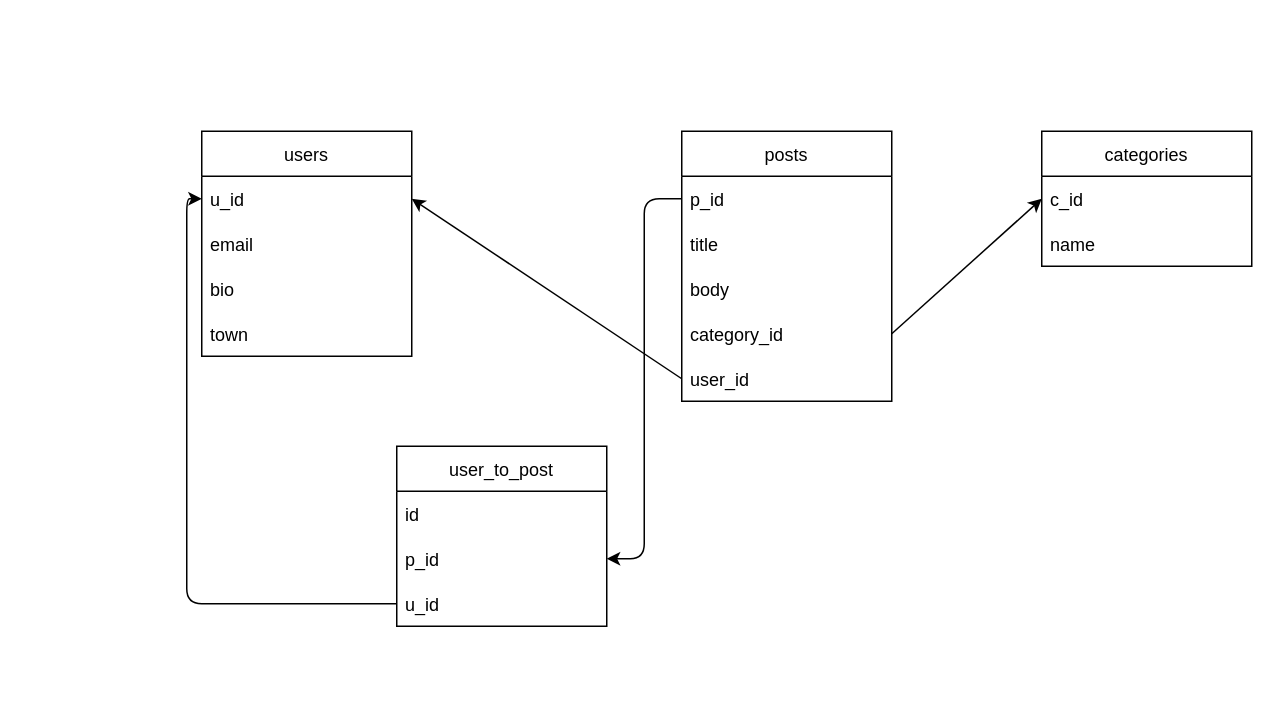
Before: draw.drawio in MariusCodeAcademy/type12-node-12-join, a draw.io diagram. Source tidied: cells renumbered, new cells numbered last; positions are measured from the earlier drawing's top-left corner, leaving out a move shared by most shapes. Both pictures are drawn from the tidied source at 150%, with x=0, y=0 at pixel (201, 130).
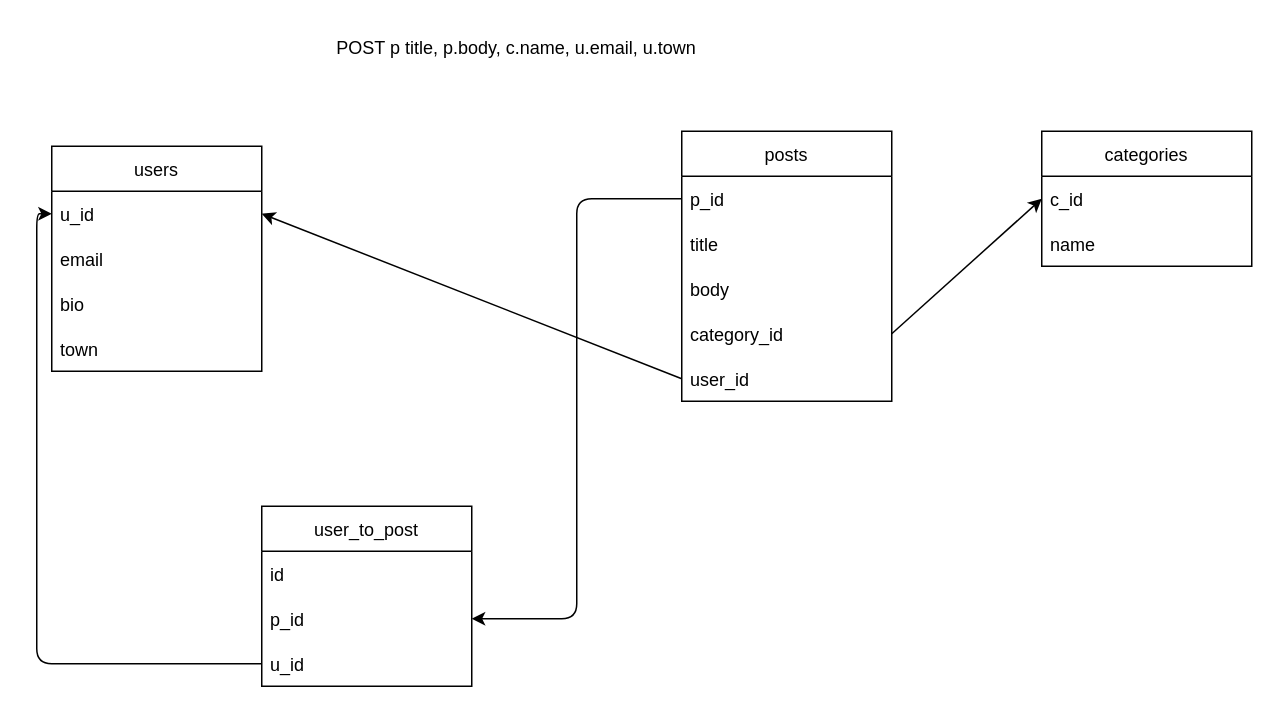
The same page after the edit.

The edit, as a diff of the source:
```diff
@@
     <mxCell id="12" value="users" style="swimlane;fontStyle=0;horizontal=1;startSize=30;" parent="1" vertex="1">
-      <mxGeometry width="140" height="150" as="geometry" />
+      <mxGeometry x="-100" y="10" width="140" height="150" as="geometry" />
     </mxCell>
@@
     <mxCell id="18" value="user_to_post" style="swimlane;fontStyle=0;horizontal=1;startSize=30;" parent="1" vertex="1">
-      <mxGeometry x="130" y="210" width="140" height="120" as="geometry" />
+      <mxGeometry x="40" y="250" width="140" height="120" as="geometry" />
     </mxCell>
@@
+    <mxCell id="24" value="POST p title, p.body, c.name, u.email, u.town" style="text;html=1;strokeColor=none;fillColor=none;align=center;verticalAlign=middle;whiteSpace=wrap;rounded=0;" parent="1" vertex="1">
+      <mxGeometry x="-20" y="-70" width="460" height="30" as="geometry" />
+    </mxCell>
```
